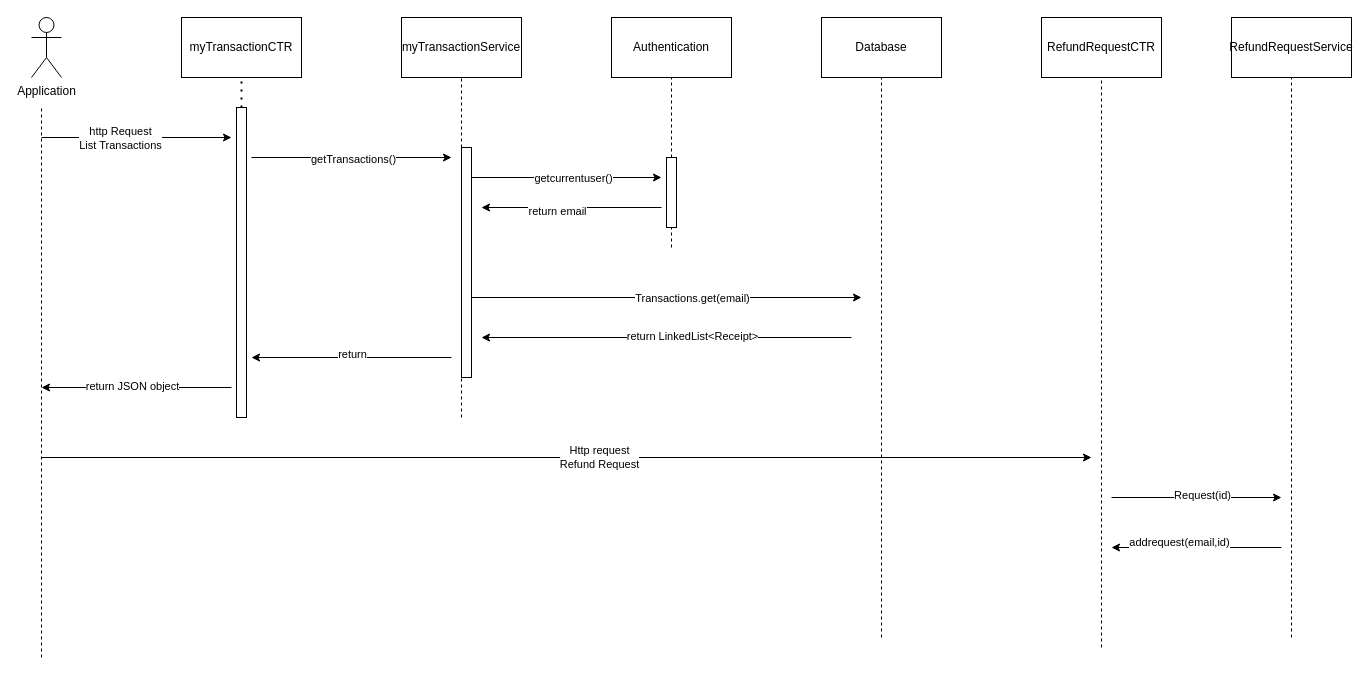
gamdeeen/FawranWebService keeps this draw.io diagram as Sequence Diagrams/listTransactions&Request.drawio. Above is the earlier version. Source tidied: cells renumbered, new cells numbered last; positions are measured from the earlier drawing's top-left corner, leaving out a move shared by most shapes. Both pictures are drawn from the tidied source at 100%, with x=0, y=0 at pixel (31, 17).
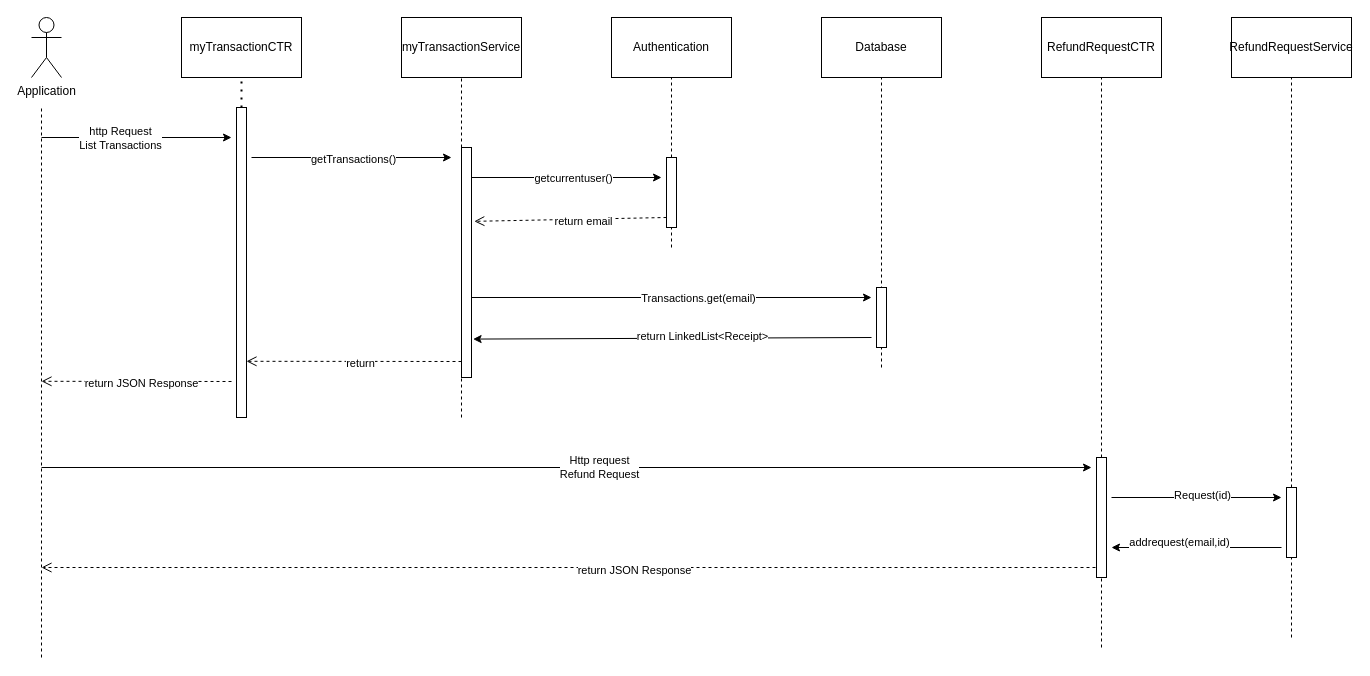
Above is the later version.

Commit message (it also covers changes not shown here):
added sequence diagrams

Unchanged cells that the change refers to:
```xml
<mxCell id="6" value="Database" style="rounded=0;whiteSpace=wrap;html=1;" parent="1" vertex="1">
  <mxGeometry x="790" width="120" height="60" as="geometry" />
</mxCell>
<mxCell id="7" value="RefundRequestCTR" style="rounded=0;whiteSpace=wrap;html=1;" parent="1" vertex="1">
  <mxGeometry x="1010" width="120" height="60" as="geometry" />
</mxCell>
<mxCell id="8" value="RefundRequestService" style="rounded=0;whiteSpace=wrap;html=1;" parent="1" vertex="1">
  <mxGeometry x="1200" width="120" height="60" as="geometry" />
</mxCell>
<mxCell id="41" style="rounded=0;whiteSpace=wrap;html=1;" parent="1" vertex="1">
  <mxGeometry x="430" y="130" width="10" height="230" as="geometry" />
</mxCell>
```

The edit, as a diff of the source:
```diff
@@
     <mxCell id="13" style="endArrow=none;dashed=1;html=1;rounded=0;entryX=0.5;entryY=1;entryDx=0;entryDy=0;" parent="1" edge="1" target="6">
       <mxGeometry relative="1" as="geometry">
-        <mxPoint x="850" y="620" as="sourcePoint" />
+        <mxPoint x="850" y="350" as="sourcePoint" />
       </mxGeometry>
     </mxCell>
-    <mxCell id="14" style="endArrow=none;dashed=1;html=1;rounded=0;entryX=0.5;entryY=1;entryDx=0;entryDy=0;" parent="1" edge="1" target="7">
-      <mxGeometry relative="1" as="geometry">
-        <mxPoint x="1070" y="630" as="sourcePoint" />
-      </mxGeometry>
+    <mxCell id="14" style="endArrow=none;dashed=1;html=1;rounded=0;entryX=0.5;entryY=1;entryDx=0;entryDy=0;startArrow=none;" parent="1" edge="1" source="50" target="7">
+      <mxGeometry relative="1" as="geometry" />
     </mxCell>
-    <mxCell id="15" style="endArrow=none;dashed=1;html=1;rounded=0;entryX=0.5;entryY=1;entryDx=0;entryDy=0;" parent="1" edge="1" target="8">
-      <mxGeometry relative="1" as="geometry">
-        <mxPoint x="1260" y="620" as="sourcePoint" />
-      </mxGeometry>
+    <mxCell id="15" style="endArrow=none;dashed=1;html=1;rounded=0;entryX=0.5;entryY=1;entryDx=0;entryDy=0;startArrow=none;" parent="1" edge="1" source="52" target="8">
+      <mxGeometry relative="1" as="geometry" />
     </mxCell>
@@
-    <mxCell id="22" style="endArrow=classic;html=1;rounded=0;" parent="1" edge="1">
-      <mxGeometry relative="1" as="geometry">
-        <mxPoint x="630" y="190" as="sourcePoint" />
-        <mxPoint x="450" y="190" as="targetPoint" />
-      </mxGeometry>
-    </mxCell>
-    <mxCell id="23" value="return email" style="edgeLabel;html=1;align=center;verticalAlign=middle;" parent="22" vertex="1">
-      <mxGeometry x="0.17" y="3" relative="1" as="geometry" />
-    </mxCell>
     <mxCell id="24" style="endArrow=classic;html=1;rounded=0;" parent="1" edge="1">
       <mxGeometry relative="1" as="geometry">
         <mxPoint x="440" y="280" as="sourcePoint" />
-        <mxPoint x="830" y="280" as="targetPoint" />
+        <mxPoint x="840" y="280" as="targetPoint" />
       </mxGeometry>
     </mxCell>
@@
-    <mxCell id="26" style="endArrow=classic;html=1;rounded=0;" parent="1" edge="1">
+    <mxCell id="26" style="endArrow=classic;html=1;rounded=0;entryX=1.16;entryY=0.833;entryDx=0;entryDy=0;entryPerimeter=0;" parent="1" edge="1" target="41">
       <mxGeometry relative="1" as="geometry">
-        <mxPoint x="820" y="320" as="sourcePoint" />
-        <mxPoint x="450" y="320" as="targetPoint" />
+        <mxPoint x="840" y="320" as="sourcePoint" />
       </mxGeometry>
     </mxCell>
@@
-    <mxCell id="28" style="endArrow=classic;html=1;rounded=0;" parent="1" edge="1">
-      <mxGeometry relative="1" as="geometry">
-        <mxPoint x="420" y="340" as="sourcePoint" />
-        <mxPoint x="220" y="340" as="targetPoint" />
-      </mxGeometry>
-    </mxCell>
-    <mxCell id="29" value="return" style="edgeLabel;html=1;align=center;verticalAlign=middle;" parent="28" vertex="1">
-      <mxGeometry x="-0.25" y="-4" relative="1" as="geometry">
-        <mxPoint x="-25" as="offset" />
-      </mxGeometry>
-    </mxCell>
-    <mxCell id="30" style="endArrow=classic;html=1;rounded=0;" parent="1" edge="1">
-      <mxGeometry relative="1" as="geometry">
-        <mxPoint x="200" y="370" as="sourcePoint" />
-        <mxPoint x="10" y="370" as="targetPoint" />
-      </mxGeometry>
-    </mxCell>
-    <mxCell id="31" value="return JSON object" style="edgeLabel;html=1;align=center;verticalAlign=middle;" parent="30" vertex="1">
-      <mxGeometry x="-0.14" y="-2" relative="1" as="geometry">
-        <mxPoint x="-18" as="offset" />
-      </mxGeometry>
-    </mxCell>
     <mxCell id="32" style="endArrow=classic;html=1;rounded=0;" parent="1" edge="1">
       <mxGeometry relative="1" as="geometry">
-        <mxPoint x="10" y="440" as="sourcePoint" />
-        <mxPoint x="1060" y="440" as="targetPoint" />
+        <mxPoint x="10" y="450" as="sourcePoint" />
+        <mxPoint x="1060" y="450" as="targetPoint" />
       </mxGeometry>
     </mxCell>
@@
+    <mxCell id="43" style="html=1;verticalAlign=bottom;endArrow=open;dashed=1;endSize=8;rounded=0;entryX=1.28;entryY=0.321;entryDx=0;entryDy=0;entryPerimeter=0;" parent="1" edge="1" target="41">
+      <mxGeometry x="-1" y="-171" relative="1" as="geometry">
+        <mxPoint x="635" y="200" as="sourcePoint" />
+        <mxPoint x="160" y="111" as="offset" />
+      </mxGeometry>
+    </mxCell>
+    <mxCell id="23" value="return email" style="edgeLabel;html=1;align=center;verticalAlign=middle;" parent="43" vertex="1">
+      <mxGeometry x="-0.13" y="2" relative="1" as="geometry" />
+    </mxCell>
+    <mxCell id="44" style="html=1;verticalAlign=bottom;endArrow=open;dashed=1;endSize=8;rounded=0;entryX=1.28;entryY=0.321;entryDx=0;entryDy=0;entryPerimeter=0;" parent="1" edge="1">
+      <mxGeometry x="-1" y="-171" relative="1" as="geometry">
+        <mxPoint x="430" y="344" as="sourcePoint" />
+        <mxPoint x="215" y="343.8" as="targetPoint" />
+        <mxPoint x="160" y="111" as="offset" />
+      </mxGeometry>
+    </mxCell>
+    <mxCell id="29" value="return" style="edgeLabel;html=1;align=center;verticalAlign=middle;" parent="44" vertex="1">
+      <mxGeometry x="-0.13" y="2" relative="1" as="geometry">
+        <mxPoint x="-7" as="offset" />
+      </mxGeometry>
+    </mxCell>
+    <mxCell id="45" style="html=1;verticalAlign=bottom;endArrow=open;dashed=1;endSize=8;rounded=0;entryX=1.28;entryY=0.321;entryDx=0;entryDy=0;entryPerimeter=0;" parent="1" edge="1">
+      <mxGeometry x="-1" y="-171" relative="1" as="geometry">
+        <mxPoint x="200" y="364" as="sourcePoint" />
+        <mxPoint x="10" y="363.8" as="targetPoint" />
+        <mxPoint x="160" y="111" as="offset" />
+      </mxGeometry>
+    </mxCell>
+    <mxCell id="46" value="return JSON Response" style="edgeLabel;html=1;align=center;verticalAlign=middle;" parent="45" vertex="1">
+      <mxGeometry x="-0.13" y="2" relative="1" as="geometry">
+        <mxPoint x="-7" as="offset" />
+      </mxGeometry>
+    </mxCell>
+    <mxCell id="47" style="html=1;verticalAlign=bottom;endArrow=open;dashed=1;endSize=8;rounded=0;" parent="1" edge="1">
+      <mxGeometry x="-1" y="-171" relative="1" as="geometry">
+        <mxPoint x="1070" y="550" as="sourcePoint" />
+        <mxPoint x="10" y="550" as="targetPoint" />
+        <mxPoint x="160" y="111" as="offset" />
+      </mxGeometry>
+    </mxCell>
+    <mxCell id="48" value="return JSON Response" style="edgeLabel;html=1;align=center;verticalAlign=middle;" parent="47" vertex="1">
+      <mxGeometry x="-0.13" y="2" relative="1" as="geometry">
+        <mxPoint x="-7" as="offset" />
+      </mxGeometry>
+    </mxCell>
+    <mxCell id="49" style="rounded=0;whiteSpace=wrap;html=1;" parent="1" vertex="1">
+      <mxGeometry x="845" y="270" width="10" height="60" as="geometry" />
+    </mxCell>
+    <mxCell id="50" style="rounded=0;whiteSpace=wrap;html=1;" parent="1" vertex="1">
+      <mxGeometry x="1065" y="440" width="10" height="120" as="geometry" />
+    </mxCell>
+    <mxCell id="51" style="endArrow=none;dashed=1;html=1;rounded=0;entryX=0.5;entryY=1;entryDx=0;entryDy=0;" parent="1" edge="1" target="50">
+      <mxGeometry relative="1" as="geometry">
+        <mxPoint x="1070" y="630" as="sourcePoint" />
+      </mxGeometry>
+    </mxCell>
+    <mxCell id="52" style="rounded=0;whiteSpace=wrap;html=1;" parent="1" vertex="1">
+      <mxGeometry x="1255" y="470" width="10" height="70" as="geometry" />
+    </mxCell>
+    <mxCell id="53" style="endArrow=none;dashed=1;html=1;rounded=0;entryX=0.5;entryY=1;entryDx=0;entryDy=0;" parent="1" edge="1" target="52">
+      <mxGeometry relative="1" as="geometry">
+        <mxPoint x="1260" y="620" as="sourcePoint" />
+      </mxGeometry>
+    </mxCell>
```
